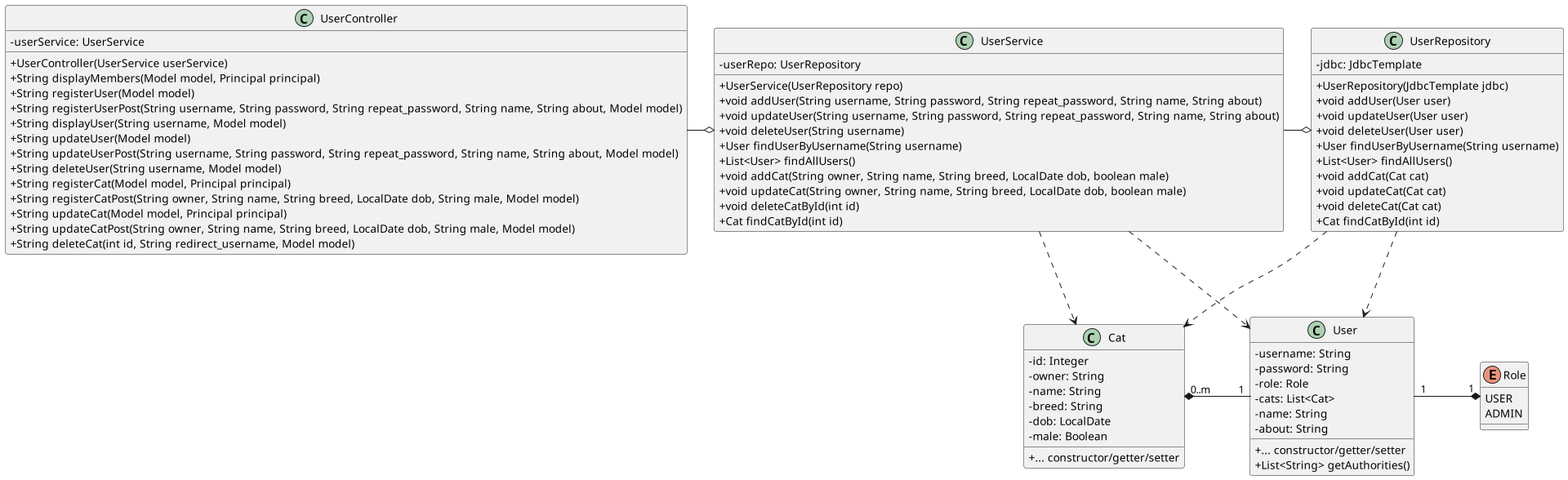
Before: diagram/class-diagram.png, a diagram exported from PlantUML (sofush/racekat). The source it was exported from:
```plantuml
@startuml
scale 1920*1080
skinparam classAttributeIconSize 0
class User {
	- username: String
	- password: String
	- role: Role
	- cats: List<Cat>
	- name: String
	- about: String
	{method} + ... constructor/getter/setter
	+ List<String> getAuthorities()
}
enum Role {
	USER
	ADMIN
}
class Cat {
	- id: Integer
	- owner: String
	- name: String
	- breed: String
	- dob: LocalDate
	- male: Boolean
	{method} + ... constructor/getter/setter
}
class UserController {
	- userService: UserService
	+ UserController(UserService userService)
	+ String displayMembers(Model model, Principal principal)
	+ String registerUser(Model model)
	+ String registerUserPost(String username, String password, String repeat_password, String name, String about, Model model)
	+ String displayUser(String username, Model model)
	+ String updateUser(Model model)
	+ String updateUserPost(String username, String password, String repeat_password, String name, String about, Model model)
	+ String deleteUser(String username, Model model)
	+ String registerCat(Model model, Principal principal)
	+ String registerCatPost(String owner, String name, String breed, LocalDate dob, String male, Model model)
	+ String updateCat(Model model, Principal principal)
	+ String updateCatPost(String owner, String name, String breed, LocalDate dob, String male, Model model)
	+ String deleteCat(int id, String redirect_username, Model model)
}
class UserService {
	- userRepo: UserRepository
	+ UserService(UserRepository repo)
	+ void addUser(String username, String password, String repeat_password, String name, String about)
	+ void updateUser(String username, String password, String repeat_password, String name, String about)
	+ void deleteUser(String username)
	+ User findUserByUsername(String username)
	+ List<User> findAllUsers()
	+ void addCat(String owner, String name, String breed, LocalDate dob, boolean male)
	+ void updateCat(String owner, String name, String breed, LocalDate dob, boolean male)
	+ void deleteCatById(int id)
	+ Cat findCatById(int id)
}
class UserRepository {
	- jdbc: JdbcTemplate
	+ UserRepository(JdbcTemplate jdbc)
	+ void addUser(User user)
	+ void updateUser(User user)
	+ void deleteUser(User user)
	+ User findUserByUsername(String username)
	+ List<User> findAllUsers()
	+ void addCat(Cat cat)
	+ void updateCat(Cat cat)
	+ void deleteCat(Cat cat)
	+ Cat findCatById(int id)
}

User "1" -r-* "1" Role
User "1" -l-* "0..m" Cat
UserController -r-o UserService
UserRepository ..> User
UserRepository ..> Cat
UserService ..> User
UserService ..> Cat
UserService -r-o UserRepository

@enduml
```
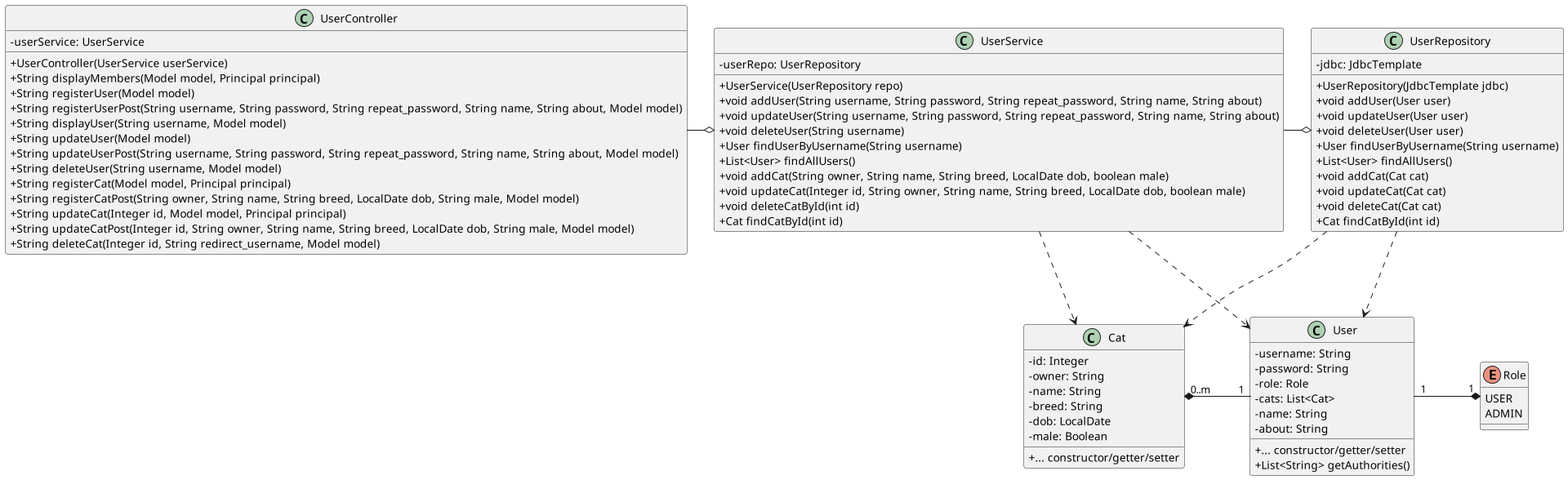
Above is the later version.

The edit, as a diff of the source:
```diff
@@ -36,9 +36,9 @@
 	+ String deleteUser(String username, Model model)
 	+ String registerCat(Model model, Principal principal)
 	+ String registerCatPost(String owner, String name, String breed, LocalDate dob, String male, Model model)
-	+ String updateCat(Model model, Principal principal)
-	+ String updateCatPost(String owner, String name, String breed, LocalDate dob, String male, Model model)
-	+ String deleteCat(int id, String redirect_username, Model model)
+	+ String updateCat(Integer id, Model model, Principal principal)
+	+ String updateCatPost(Integer id, String owner, String name, String breed, LocalDate dob, String male, Model model)
+	+ String deleteCat(Integer id, String redirect_username, Model model)
 }
 class UserService {
 	- userRepo: UserRepository
@@ -49,7 +49,7 @@
 	+ User findUserByUsername(String username)
 	+ List<User> findAllUsers()
 	+ void addCat(String owner, String name, String breed, LocalDate dob, boolean male)
-	+ void updateCat(String owner, String name, String breed, LocalDate dob, boolean male)
+	+ void updateCat(Integer id, String owner, String name, String breed, LocalDate dob, boolean male)
 	+ void deleteCatById(int id)
 	+ Cat findCatById(int id)
 }
```
